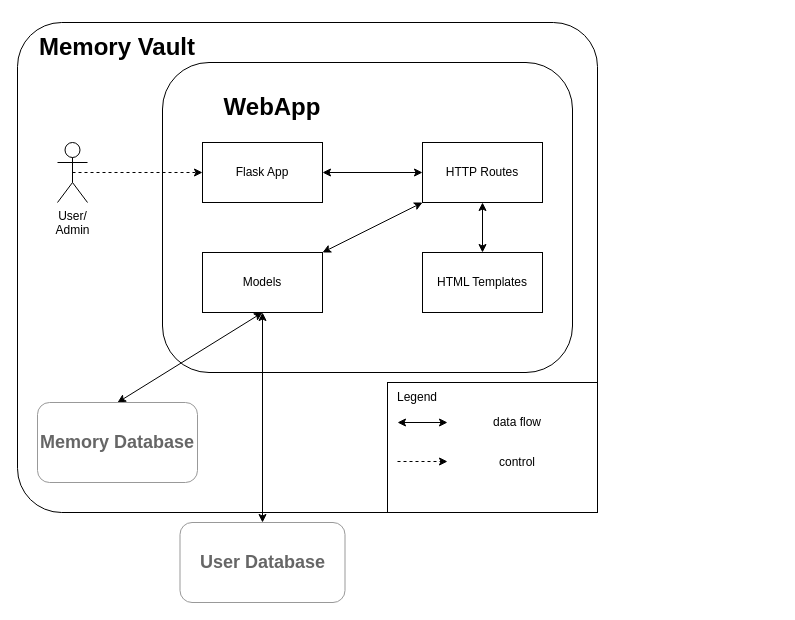
Earlier version of the draw.io diagram documentation/level2_diagram.drawio (togertz/MemoryVault). Source tidied: cells renumbered, new cells numbered last; positions are measured from the earlier drawing's top-left corner, leaving out a move shared by most shapes. Both pictures are drawn from the tidied source at 100%, with x=0, y=0 at pixel (17, 22).
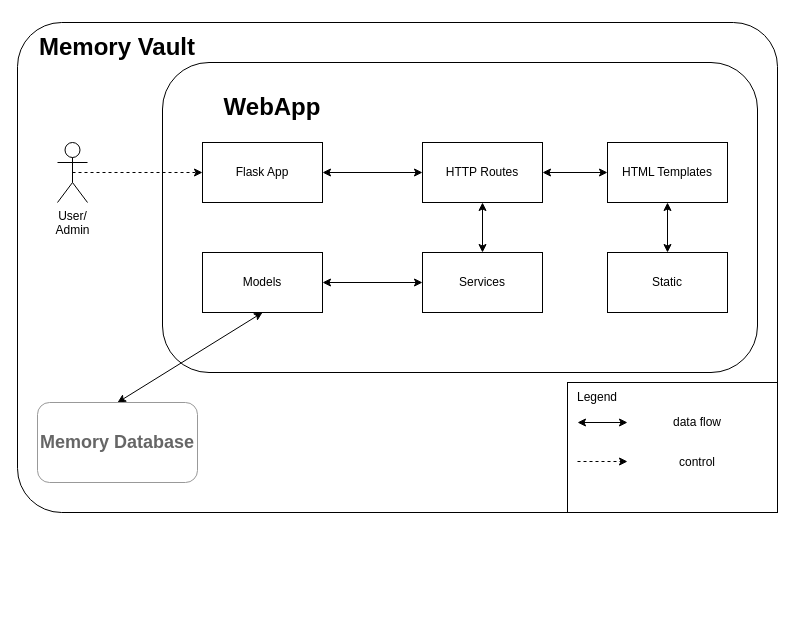
The same page after the edit.

The change refers to these unchanged cells:
```xml
<mxCell id="7" value="Models" style="rounded=0;whiteSpace=wrap;html=1;" parent="1" vertex="1">
  <mxGeometry x="185" y="230" width="120" height="60" as="geometry" />
</mxCell>
<mxCell id="16" value="HTTP Routes" style="rounded=0;whiteSpace=wrap;html=1;" parent="1" vertex="1">
  <mxGeometry x="405" y="120" width="120" height="60" as="geometry" />
</mxCell>
```

Diff of the diagram source:
```diff
@@
     <mxCell id="2" style="rounded=1;whiteSpace=wrap;html=1;arcSize=9;" parent="1" vertex="1">
-      <mxGeometry width="580" height="490" as="geometry" />
+      <mxGeometry width="760" height="490" as="geometry" />
     </mxCell>
     <mxCell id="3" style="rounded=1;whiteSpace=wrap;html=1;" parent="1" vertex="1">
-      <mxGeometry x="145" y="40" width="410" height="310" as="geometry" />
+      <mxGeometry x="145" y="40" width="595" height="310" as="geometry" />
     </mxCell>
@@
-    <mxCell id="6" style="edgeStyle=none;html=1;exitX=0.5;exitY=1;exitDx=0;exitDy=0;entryX=0.5;entryY=0;entryDx=0;entryDy=0;startArrow=classic;startFill=1;" parent="1" edge="1" source="7" target="24">
-      <mxGeometry relative="1" as="geometry" />
-    </mxCell>
@@
     <mxCell id="11" value="HTML Templates" style="rounded=0;whiteSpace=wrap;html=1;" parent="1" vertex="1">
-      <mxGeometry x="405" y="230" width="120" height="60" as="geometry" />
+      <mxGeometry x="590" y="120" width="120" height="60" as="geometry" />
     </mxCell>
@@
-    <mxCell id="14" style="edgeStyle=none;html=1;exitX=0;exitY=1;exitDx=0;exitDy=0;entryX=1;entryY=0;entryDx=0;entryDy=0;startArrow=classic;startFill=1;" parent="1" edge="1" source="16" target="7">
+    <mxCell id="14" style="edgeStyle=none;html=1;exitX=0;exitY=0.5;exitDx=0;exitDy=0;entryX=1;entryY=0.5;entryDx=0;entryDy=0;startArrow=classic;startFill=1;" parent="1" edge="1" source="27" target="7">
       <mxGeometry relative="1" as="geometry" />
     </mxCell>
-    <mxCell id="15" style="edgeStyle=none;html=1;exitX=0.5;exitY=1;exitDx=0;exitDy=0;entryX=0.5;entryY=0;entryDx=0;entryDy=0;startArrow=classic;startFill=1;" parent="1" edge="1" source="16" target="11">
+    <mxCell id="15" style="edgeStyle=none;html=1;exitX=1;exitY=0.5;exitDx=0;exitDy=0;entryX=0;entryY=0.5;entryDx=0;entryDy=0;startArrow=classic;startFill=1;" parent="1" edge="1" source="16" target="11">
       <mxGeometry relative="1" as="geometry" />
     </mxCell>
@@
     <mxCell id="17" style="group;" parent="1" vertex="1">
-      <mxGeometry x="370" y="360" width="210" height="130" as="geometry" />
+      <mxGeometry x="550" y="360" width="210" height="130" as="geometry" />
     </mxCell>
@@
-    <mxCell id="24" value="&lt;h2&gt;&lt;font style=&quot;color: rgb(102, 102, 102);&quot;&gt;User Database&lt;/font&gt;&lt;/h2&gt;" style="rounded=1;whiteSpace=wrap;html=1;fontColor=light-dark(#908e8e, #ededed);strokeColor=#999999;" parent="1" vertex="1">
-      <mxGeometry x="162.5" y="500" width="165" height="80" as="geometry" />
-    </mxCell>
@@
+    <mxCell id="26" value="Static" style="rounded=0;whiteSpace=wrap;html=1;" parent="1" vertex="1">
+      <mxGeometry x="590" y="230" width="120" height="60" as="geometry" />
+    </mxCell>
+    <mxCell id="27" value="Services" style="rounded=0;whiteSpace=wrap;html=1;" parent="1" vertex="1">
+      <mxGeometry x="405" y="230" width="120" height="60" as="geometry" />
+    </mxCell>
+    <mxCell id="28" style="edgeStyle=none;html=1;exitX=0.5;exitY=1;exitDx=0;exitDy=0;startArrow=classic;startFill=1;entryX=0.5;entryY=0;entryDx=0;entryDy=0;" parent="1" edge="1" source="16" target="27">
+      <mxGeometry relative="1" as="geometry" />
+    </mxCell>
+    <mxCell id="29" style="edgeStyle=none;html=1;exitX=0.5;exitY=0;exitDx=0;exitDy=0;startArrow=classic;startFill=1;entryX=0.5;entryY=1;entryDx=0;entryDy=0;" parent="1" edge="1" source="26" target="11">
+      <mxGeometry relative="1" as="geometry" />
+    </mxCell>
```
